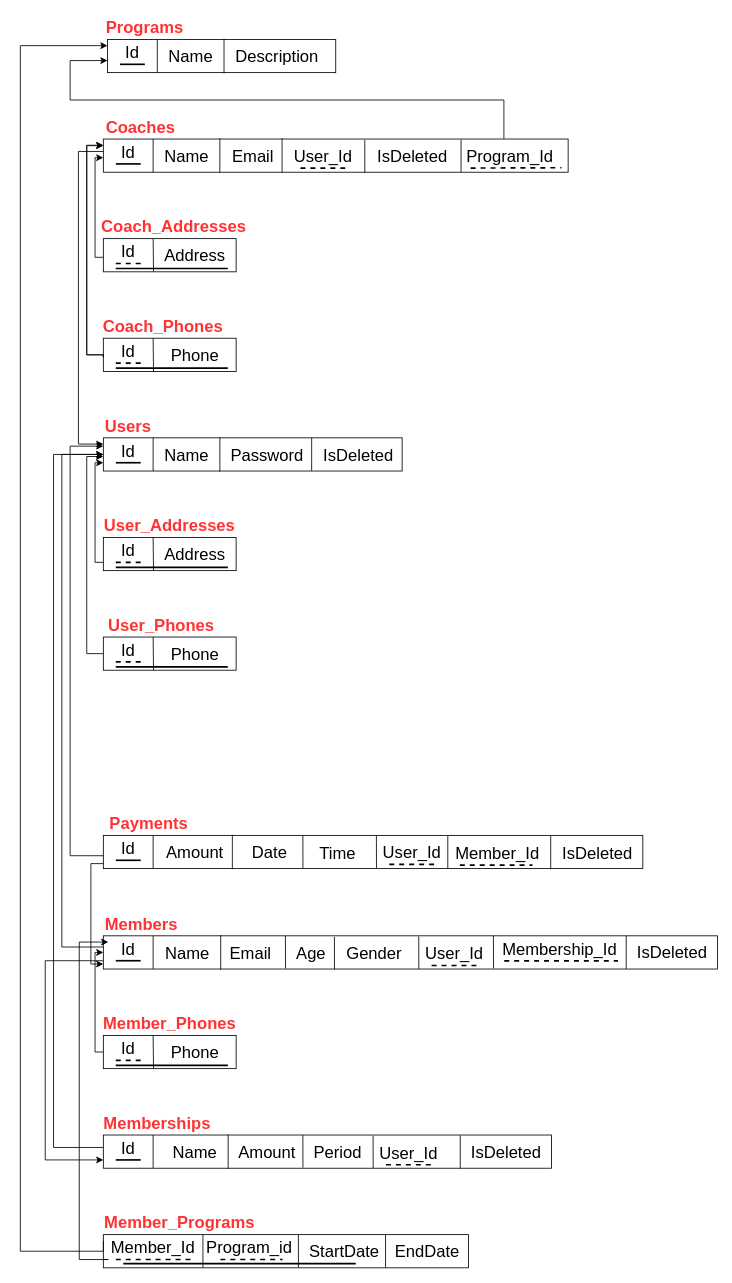
This is docs/Schema-Gym-Management-System.drawio from Saramohamed13/Gym-Management-System, a draw.io file, before an edit. Source tidied: cells renumbered, new cells numbered last; positions are measured from the earlier drawing's top-left corner, leaving out a move shared by most shapes. Both pictures are drawn from the tidied source at 83%, with x=0, y=0 at pixel (20, 14).
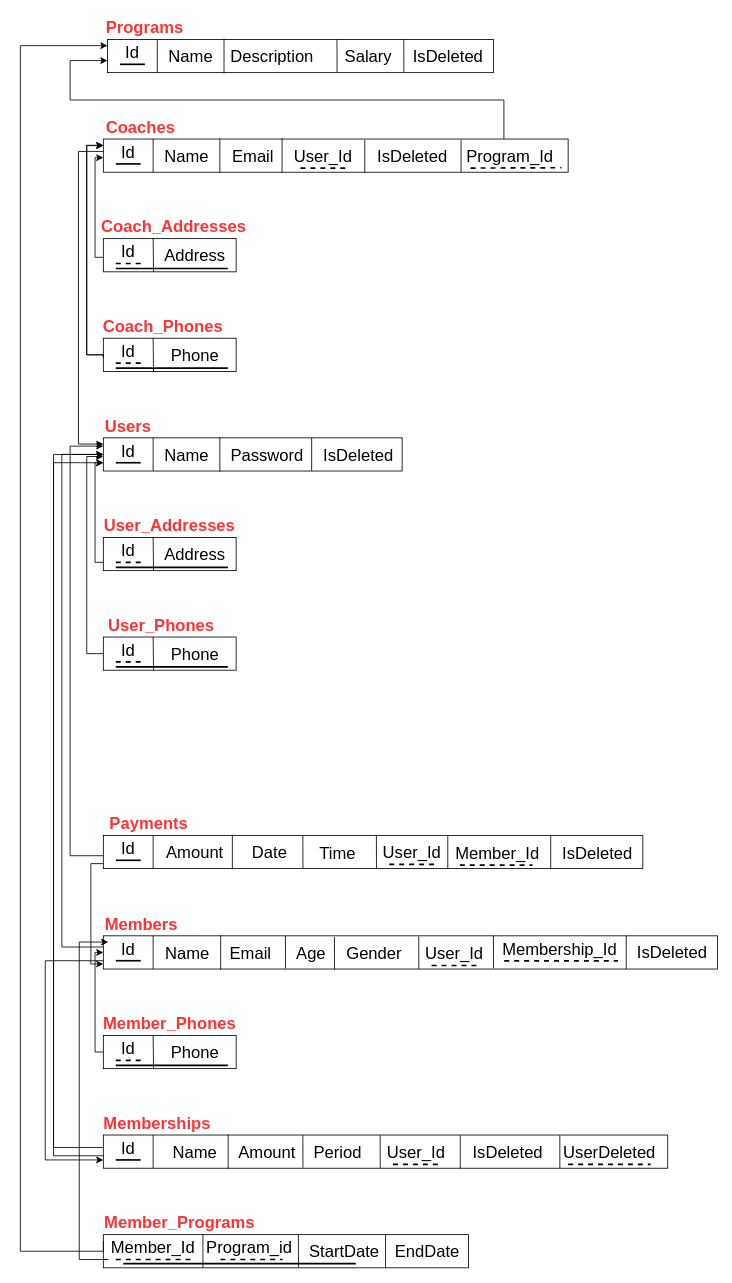
The same diagram, later.

Change to the diagram source:
```diff
@@
     <mxCell id="89" style="rounded=0;whiteSpace=wrap;html=1;" parent="1" vertex="1">
-      <mxGeometry x="100" y="1350" width="540" height="40" as="geometry" />
+      <mxGeometry x="100" y="1350" width="680" height="40" as="geometry" />
     </mxCell>
@@
     <mxCell id="120" style="group;" parent="1" vertex="1">
-      <mxGeometry x="425" y="1350.8" width="73" height="39.2" as="geometry" />
+      <mxGeometry x="433.5" y="1350.4" width="73" height="39.2" as="geometry" />
     </mxCell>
@@
     <mxCell id="153" value="&lt;font style=&quot;font-size: 20px;&quot;&gt;IsDeleted&lt;/font&gt;" style="text;html=1;align=center;verticalAlign=middle;strokeColor=none;fillColor=none;" parent="1" vertex="1">
-      <mxGeometry x="530" y="1350" width="110" height="40" as="geometry" />
+      <mxGeometry x="532" y="1350.4" width="110" height="40" as="geometry" />
     </mxCell>
@@
     <mxCell id="155" style="rounded=0;whiteSpace=wrap;html=1;" parent="1" vertex="1">
-      <mxGeometry x="105" y="30" width="275" height="40" as="geometry" />
+      <mxGeometry x="105" y="30" width="465" height="40" as="geometry" />
     </mxCell>
@@
     <mxCell id="160" style="group;" parent="1" vertex="1">
-      <mxGeometry x="271" y="30" width="110" height="40" as="geometry" />
+      <mxGeometry x="265" y="30" width="110" height="40" as="geometry" />
     </mxCell>
@@
+    <mxCell id="181" style="endArrow=none;html=1;rounded=0;exitX=0.687;exitY=1.01;exitDx=0;exitDy=0;exitPerimeter=0;entryX=1.077;entryY=0.03;entryDx=0;entryDy=0;entryPerimeter=0;" parent="1" edge="1">
+      <mxGeometry relative="1" as="geometry">
+        <mxPoint x="381.6" y="69.2" as="sourcePoint" />
+        <mxPoint x="381.5" y="30" as="targetPoint" />
+      </mxGeometry>
+    </mxCell>
+    <mxCell id="182" style="group;" parent="1" vertex="1">
+      <mxGeometry x="381" y="30" width="110" height="40" as="geometry" />
+    </mxCell>
+    <mxCell id="183" value="&lt;font style=&quot;font-size: 20px;&quot;&gt;Salary&lt;/font&gt;" style="text;html=1;align=center;verticalAlign=middle;strokeColor=none;fillColor=none;" parent="182" vertex="1">
+      <mxGeometry x="-2" width="80" height="40" as="geometry" />
+    </mxCell>
+    <mxCell id="184" style="endArrow=none;html=1;rounded=0;exitX=0.687;exitY=1.01;exitDx=0;exitDy=0;exitPerimeter=0;entryX=1.077;entryY=0.03;entryDx=0;entryDy=0;entryPerimeter=0;" parent="182" edge="1">
+      <mxGeometry relative="1" as="geometry">
+        <mxPoint x="81.1" y="39.2" as="sourcePoint" />
+        <mxPoint x="81" as="targetPoint" />
+      </mxGeometry>
+    </mxCell>
+    <mxCell id="185" style="group;" parent="1" vertex="1">
+      <mxGeometry x="477" y="30" width="110" height="40" as="geometry" />
+    </mxCell>
+    <mxCell id="186" value="&lt;font style=&quot;font-size: 20px;&quot;&gt;IsDeleted&lt;/font&gt;" style="text;html=1;align=center;verticalAlign=middle;strokeColor=none;fillColor=none;" parent="185" vertex="1">
+      <mxGeometry x="-17" width="110" height="40" as="geometry" />
+    </mxCell>
+    <mxCell id="187" style="endArrow=none;html=1;rounded=0;" parent="1" edge="1">
+      <mxGeometry relative="1" as="geometry">
+        <mxPoint x="650" y="1390.4" as="sourcePoint" />
+        <mxPoint x="650" y="1350.4" as="targetPoint" />
+      </mxGeometry>
+    </mxCell>
+    <mxCell id="188" style="group;" parent="1" vertex="1">
+      <mxGeometry x="680" y="1355.4" width="60" height="30" as="geometry" />
+    </mxCell>
+    <mxCell id="189" value="&lt;font style=&quot;font-size: 20px;&quot;&gt;UserDeleted&lt;/font&gt;" style="text;html=1;strokeColor=none;fillColor=none;align=center;verticalAlign=middle;whiteSpace=wrap;rounded=0;" parent="188" vertex="1">
+      <mxGeometry width="60" height="30" as="geometry" />
+    </mxCell>
+    <mxCell id="190" style="endArrow=none;html=1;rounded=0;dashed=1;strokeWidth=2;" parent="188" edge="1">
+      <mxGeometry relative="1" as="geometry">
+        <mxPoint x="-20" y="30" as="sourcePoint" />
+        <mxPoint x="79.5" y="30" as="targetPoint" />
+      </mxGeometry>
+    </mxCell>
+    <mxCell id="191" style="endArrow=classic;html=1;rounded=0;edgeStyle=orthogonalEdgeStyle;exitX=0;exitY=0.5;exitDx=0;exitDy=0;" parent="1" edge="1">
+      <mxGeometry relative="1" as="geometry">
+        <mxPoint x="100" y="1375" as="sourcePoint" />
+        <mxPoint x="100" y="540" as="targetPoint" />
+        <Array as="points">
+          <mxPoint x="40" y="1375" />
+          <mxPoint x="40" y="540" />
+        </Array>
+      </mxGeometry>
+    </mxCell>
```
